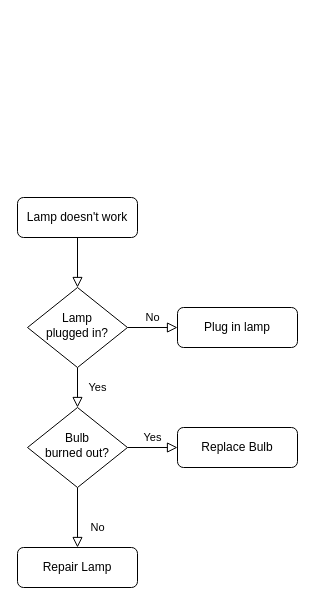
Before: 软工课设.drawio in ShiaoYoung/Software-Enginerring, a draw.io diagram. Source tidied: cells renumbered, new cells numbered last; positions are measured from the earlier drawing's top-left corner, leaving out a move shared by most shapes. Both pictures are drawn from the tidied source at 100%, with x=0, y=0 at pixel (17, 197).
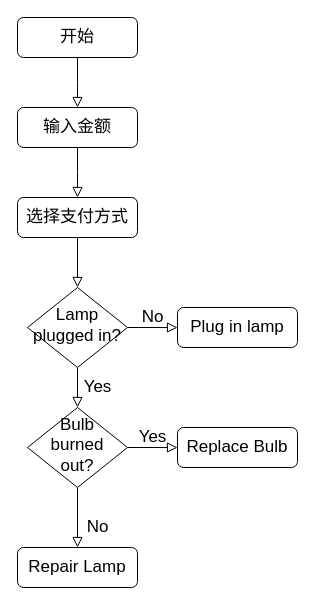
Above is the later version.

Commit message (it also covers changes not shown here):
更新软工课设.drawio

What changed in the source:
```diff
@@
 <mxGraphModel>
   <root>
     <mxCell id="0" />
     <mxCell id="1" parent="0" />
-    <mxCell id="2" style="rounded=0;html=1;jettySize=auto;fontSize=11;endArrow=block;endFill=0;endSize=8;strokeWidth=1;shadow=0;labelBackgroundColor=none;edgeStyle=orthogonalEdgeStyle;" parent="1" edge="1" source="3" target="6">
+    <mxCell id="2" style="rounded=0;html=1;jettySize=auto;fontSize=17;endArrow=block;endFill=0;endSize=8;strokeWidth=1;shadow=0;labelBackgroundColor=none;edgeStyle=orthogonalEdgeStyle;" parent="1" edge="1" source="3" target="6">
       <mxGeometry relative="1" as="geometry" />
     </mxCell>
-    <mxCell id="3" value="Lamp doesn't work" style="rounded=1;whiteSpace=wrap;html=1;fontSize=12;glass=0;strokeWidth=1;shadow=0;" parent="1" vertex="1">
+    <mxCell id="3" value="选择支付方式" style="rounded=1;whiteSpace=wrap;html=1;fontSize=17;glass=0;strokeWidth=1;shadow=0;" parent="1" vertex="1">
       <mxGeometry width="120" height="40" as="geometry" />
     </mxCell>
-    <mxCell id="4" value="Yes" style="rounded=0;html=1;jettySize=auto;fontSize=11;endArrow=block;endFill=0;endSize=8;strokeWidth=1;shadow=0;labelBackgroundColor=none;edgeStyle=orthogonalEdgeStyle;" parent="1" edge="1" source="6" target="10">
+    <mxCell id="4" value="Yes" style="rounded=0;html=1;jettySize=auto;fontSize=17;endArrow=block;endFill=0;endSize=8;strokeWidth=1;shadow=0;labelBackgroundColor=none;edgeStyle=orthogonalEdgeStyle;" parent="1" edge="1" source="6" target="10">
       <mxGeometry y="20" relative="1" as="geometry" />
     </mxCell>
-    <mxCell id="5" value="No" style="edgeStyle=orthogonalEdgeStyle;rounded=0;html=1;jettySize=auto;fontSize=11;endArrow=block;endFill=0;endSize=8;strokeWidth=1;shadow=0;labelBackgroundColor=none;" parent="1" edge="1" source="6" target="7">
+    <mxCell id="5" value="No" style="edgeStyle=orthogonalEdgeStyle;rounded=0;html=1;jettySize=auto;fontSize=17;endArrow=block;endFill=0;endSize=8;strokeWidth=1;shadow=0;labelBackgroundColor=none;" parent="1" edge="1" source="6" target="7">
       <mxGeometry y="10" relative="1" as="geometry" />
     </mxCell>
-    <mxCell id="6" value="Lamp&lt;br&gt;plugged in?" style="rhombus;whiteSpace=wrap;html=1;shadow=0;fontFamily=Helvetica;fontSize=12;align=center;strokeWidth=1;spacing=6;spacingTop=-4;" parent="1" vertex="1">
+    <mxCell id="6" value="Lamp&lt;br&gt;plugged in?" style="rhombus;whiteSpace=wrap;html=1;shadow=0;fontFamily=Helvetica;fontSize=17;align=center;strokeWidth=1;spacing=6;spacingTop=-4;" parent="1" vertex="1">
       <mxGeometry x="10" y="90" width="100" height="80" as="geometry" />
     </mxCell>
-    <mxCell id="7" value="Plug in lamp" style="rounded=1;whiteSpace=wrap;html=1;fontSize=12;glass=0;strokeWidth=1;shadow=0;" parent="1" vertex="1">
+    <mxCell id="7" value="Plug in lamp" style="rounded=1;whiteSpace=wrap;html=1;fontSize=17;glass=0;strokeWidth=1;shadow=0;" parent="1" vertex="1">
       <mxGeometry x="160" y="110" width="120" height="40" as="geometry" />
     </mxCell>
-    <mxCell id="8" value="No" style="rounded=0;html=1;jettySize=auto;fontSize=11;endArrow=block;endFill=0;endSize=8;strokeWidth=1;shadow=0;labelBackgroundColor=none;edgeStyle=orthogonalEdgeStyle;" parent="1" edge="1" source="10" target="11">
+    <mxCell id="8" value="No" style="rounded=0;html=1;jettySize=auto;fontSize=17;endArrow=block;endFill=0;endSize=8;strokeWidth=1;shadow=0;labelBackgroundColor=none;edgeStyle=orthogonalEdgeStyle;" parent="1" edge="1" source="10" target="11">
       <mxGeometry x="0.33" y="20" relative="1" as="geometry" />
     </mxCell>
-    <mxCell id="9" value="Yes" style="edgeStyle=orthogonalEdgeStyle;rounded=0;html=1;jettySize=auto;fontSize=11;endArrow=block;endFill=0;endSize=8;strokeWidth=1;shadow=0;labelBackgroundColor=none;" parent="1" edge="1" source="10" target="12">
+    <mxCell id="9" value="Yes" style="edgeStyle=orthogonalEdgeStyle;rounded=0;html=1;jettySize=auto;fontSize=17;endArrow=block;endFill=0;endSize=8;strokeWidth=1;shadow=0;labelBackgroundColor=none;" parent="1" edge="1" source="10" target="12">
       <mxGeometry y="10" relative="1" as="geometry" />
     </mxCell>
-    <mxCell id="10" value="Bulb&lt;br&gt;burned out?" style="rhombus;whiteSpace=wrap;html=1;shadow=0;fontFamily=Helvetica;fontSize=12;align=center;strokeWidth=1;spacing=6;spacingTop=-4;" parent="1" vertex="1">
+    <mxCell id="10" value="Bulb&lt;br&gt;burned out?" style="rhombus;whiteSpace=wrap;html=1;shadow=0;fontFamily=Helvetica;fontSize=17;align=center;strokeWidth=1;spacing=6;spacingTop=-4;" parent="1" vertex="1">
       <mxGeometry x="10" y="210" width="100" height="80" as="geometry" />
     </mxCell>
-    <mxCell id="11" value="Repair Lamp" style="rounded=1;whiteSpace=wrap;html=1;fontSize=12;glass=0;strokeWidth=1;shadow=0;" parent="1" vertex="1">
+    <mxCell id="11" value="Repair Lamp" style="rounded=1;whiteSpace=wrap;html=1;fontSize=17;glass=0;strokeWidth=1;shadow=0;" parent="1" vertex="1">
       <mxGeometry y="350" width="120" height="40" as="geometry" />
     </mxCell>
-    <mxCell id="12" value="Replace Bulb" style="rounded=1;whiteSpace=wrap;html=1;fontSize=12;glass=0;strokeWidth=1;shadow=0;" parent="1" vertex="1">
+    <mxCell id="12" value="Replace Bulb" style="rounded=1;whiteSpace=wrap;html=1;fontSize=17;glass=0;strokeWidth=1;shadow=0;" parent="1" vertex="1">
       <mxGeometry x="160" y="230" width="120" height="40" as="geometry" />
     </mxCell>
+    <mxCell id="13" style="rounded=0;html=1;jettySize=auto;fontSize=17;endArrow=block;endFill=0;endSize=8;strokeWidth=1;shadow=0;labelBackgroundColor=none;edgeStyle=orthogonalEdgeStyle;" parent="1" edge="1" source="14">
+      <mxGeometry relative="1" as="geometry">
+        <mxPoint x="60" as="targetPoint" />
+      </mxGeometry>
+    </mxCell>
+    <mxCell id="14" value="输入金额" style="rounded=1;whiteSpace=wrap;html=1;fontSize=17;glass=0;strokeWidth=1;shadow=0;" parent="1" vertex="1">
+      <mxGeometry y="-90" width="120" height="40" as="geometry" />
+    </mxCell>
+    <mxCell id="15" style="rounded=0;html=1;jettySize=auto;fontSize=17;endArrow=block;endFill=0;endSize=8;strokeWidth=1;shadow=0;labelBackgroundColor=none;edgeStyle=orthogonalEdgeStyle;" parent="1" edge="1" source="16">
+      <mxGeometry relative="1" as="geometry">
+        <mxPoint x="60" y="-90" as="targetPoint" />
+      </mxGeometry>
+    </mxCell>
+    <mxCell id="16" value="开始" style="rounded=1;whiteSpace=wrap;html=1;fontSize=17;glass=0;strokeWidth=1;shadow=0;" parent="1" vertex="1">
+      <mxGeometry y="-180" width="120" height="40" as="geometry" />
+    </mxCell>
   </root>
 </mxGraphModel>
```
